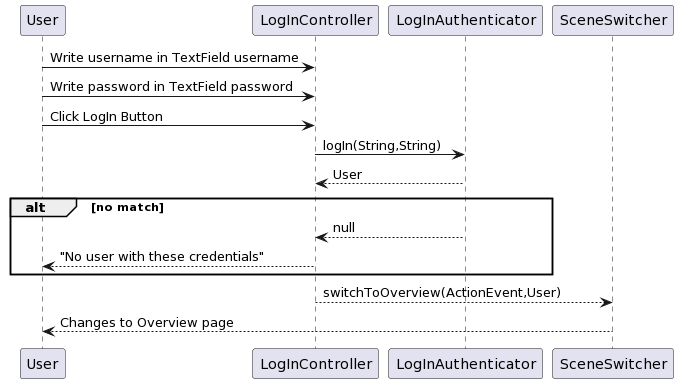
Earlier version of the PlantUML export docs/Diagrams/sequencediagram.png (olavsl/IT1901-ITP). The source it was exported from:
```plantuml
@startuml
User -> LogInController: Write username in TextField username
User -> LogInController: Write password in TextField password
User -> LogInController: Click LogIn Button
LogInController -> LogInAuthenticator: logIn(String,String)
LogInAuthenticator --> LogInController: User

alt no match
    LogInAuthenticator --> LogInController: null
    LogInController --> User: "No user with these credentials"
end

LogInController --> SceneSwitcher: switchToOverview(ActionEvent,User)
SceneSwitcher --> User: Changes to Overview page
@enduml
```
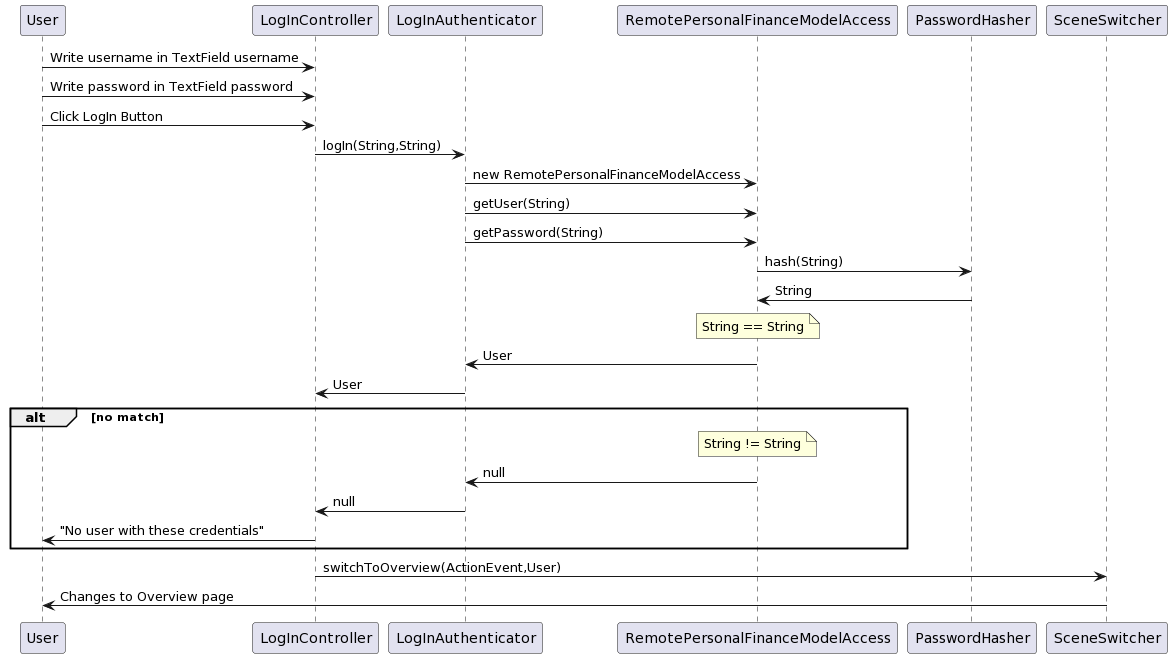
Above is the later version.

Commit message:
Updated sequence diagram for REST-API

The edit, as a diff of the source:
```diff
@@ -3,13 +3,24 @@
 User -> LogInController: Write password in TextField password
 User -> LogInController: Click LogIn Button
 LogInController -> LogInAuthenticator: logIn(String,String)
-LogInAuthenticator --> LogInController: User
+LogInAuthenticator -> RemotePersonalFinanceModelAccess: new RemotePersonalFinanceModelAccess
+LogInAuthenticator -> RemotePersonalFinanceModelAccess: getUser(String)
+LogInAuthenticator -> RemotePersonalFinanceModelAccess: getPassword(String)
+RemotePersonalFinanceModelAccess -> PasswordHasher: hash(String)
+PasswordHasher -> RemotePersonalFinanceModelAccess: String
+note over RemotePersonalFinanceModelAccess: String == String
+
+RemotePersonalFinanceModelAccess -> LogInAuthenticator: User
+LogInAuthenticator -> LogInController: User
 
 alt no match
-    LogInAuthenticator --> LogInController: null
-    LogInController --> User: "No user with these credentials"
+    note over RemotePersonalFinanceModelAccess: String != String
+
+    RemotePersonalFinanceModelAccess  -> LogInAuthenticator: null
+    LogInAuthenticator -> LogInController: null
+    LogInController -> User: "No user with these credentials"
 end
 
-LogInController --> SceneSwitcher: switchToOverview(ActionEvent,User)
-SceneSwitcher --> User: Changes to Overview page
+LogInController -> SceneSwitcher: switchToOverview(ActionEvent,User)
+SceneSwitcher -> User: Changes to Overview page
 @enduml
```
